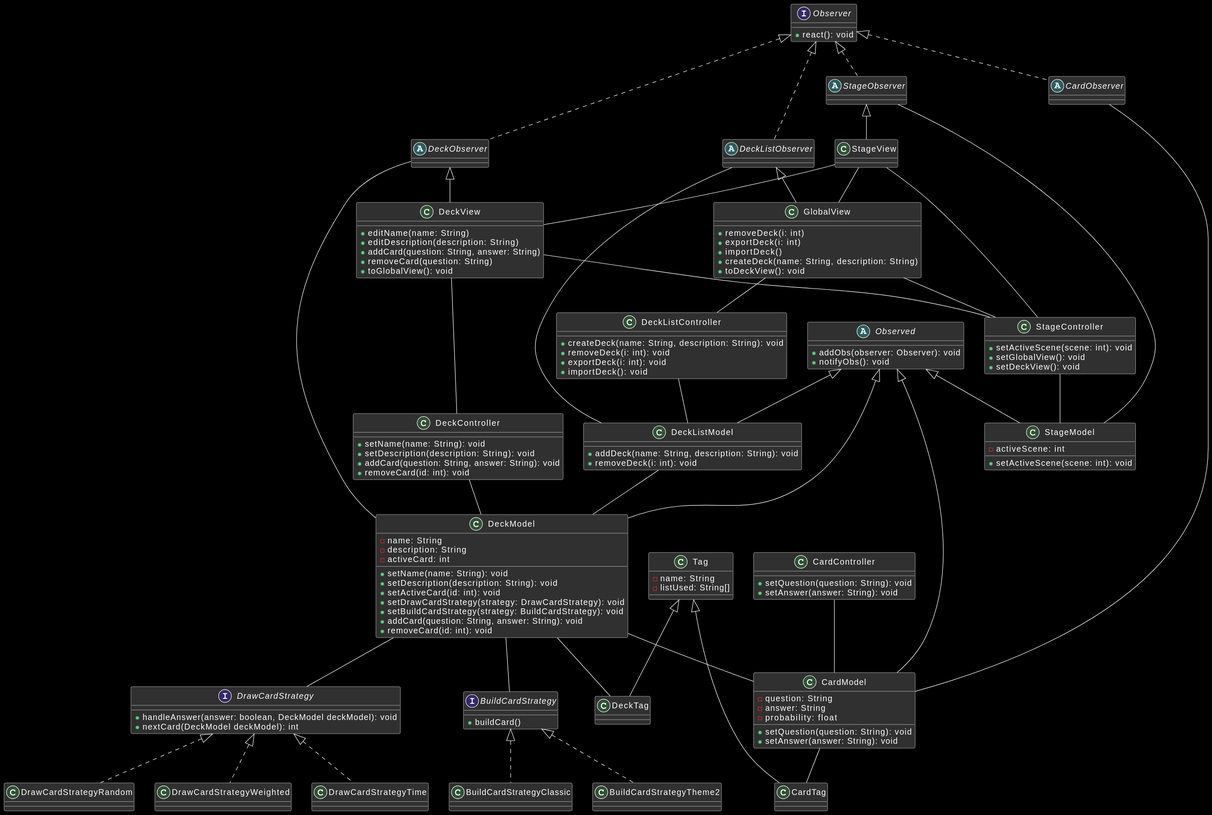
Before: GestionProjet/classDiagram.svg, a diagram exported from PlantUML (BigBaz54/TN_Flashcards).
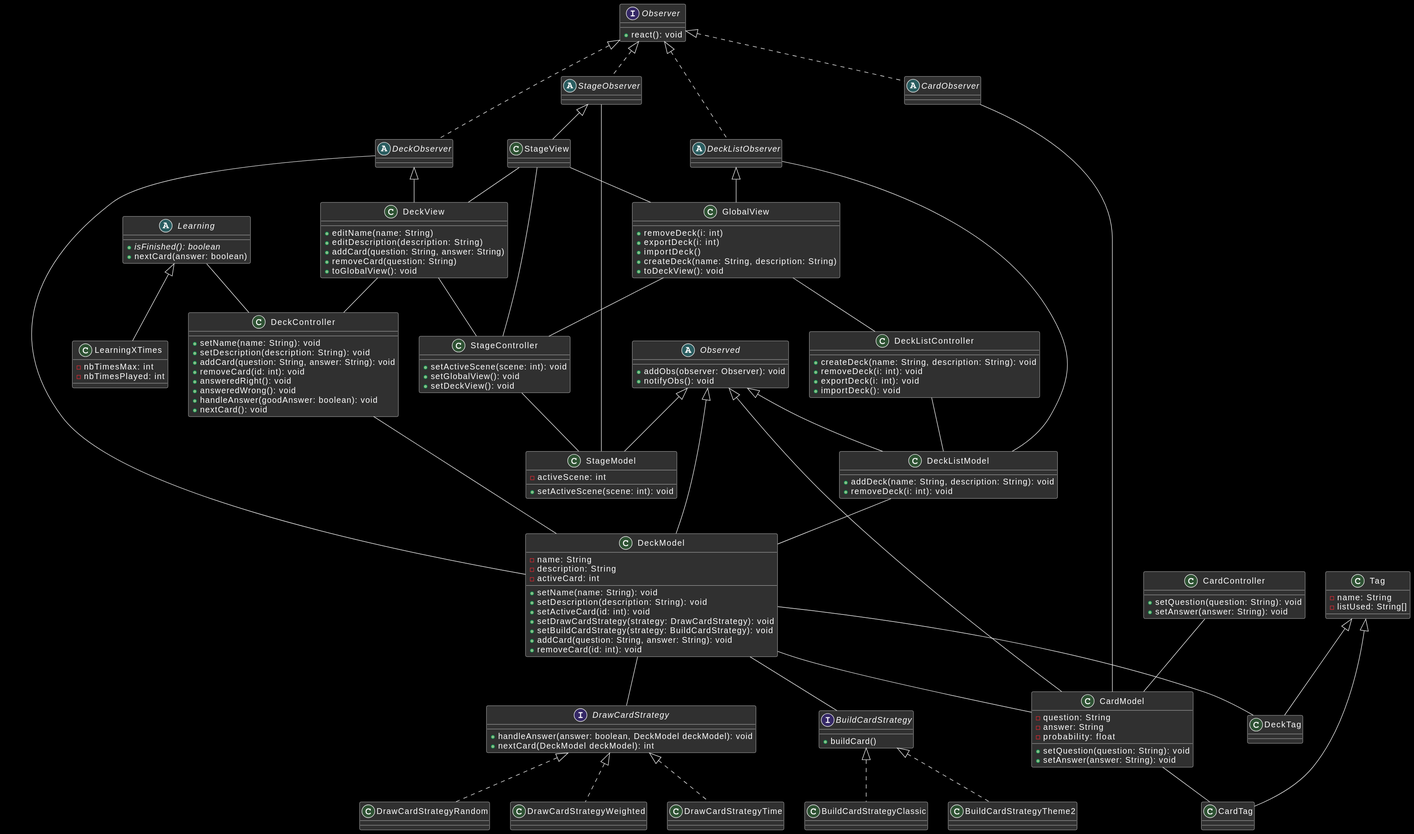
After the change.

Change to the diagram source:
```diff
@@ -82,6 +82,10 @@
     + setDescription(description: String): void
     + addCard(question: String, answer: String): void
     + removeCard(id: int): void
+    + answeredRight(): void
+    + answeredWrong(): void
+    + handleAnswer(goodAnswer: boolean): void
+    + nextCard(): void
 }
 
 class CardController {
@@ -130,6 +134,16 @@
 class DrawCardStrategyTime implements DrawCardStrategy {
 }
 
+abstract class Learning {
+    + //isFinished(): boolean//
+    + nextCard(answer: boolean)
+}
+
+class LearningXTimes extends Learning {
+    - nbTimesMax: int
+    - nbTimesPlayed: int
+}
+
 CardObserver -- CardModel
 DeckObserver -- DeckModel
 DeckListObserver -- DeckListModel
@@ -151,10 +165,11 @@
 DeckModel -- CardModel
 DeckListModel -- DeckModel
 
-
 StageView -- DeckView
 StageView -- GlobalView
 
 CardModel -- CardTag
 DeckModel -- DeckTag
+
+Learning -- DeckController
 @enduml
```
